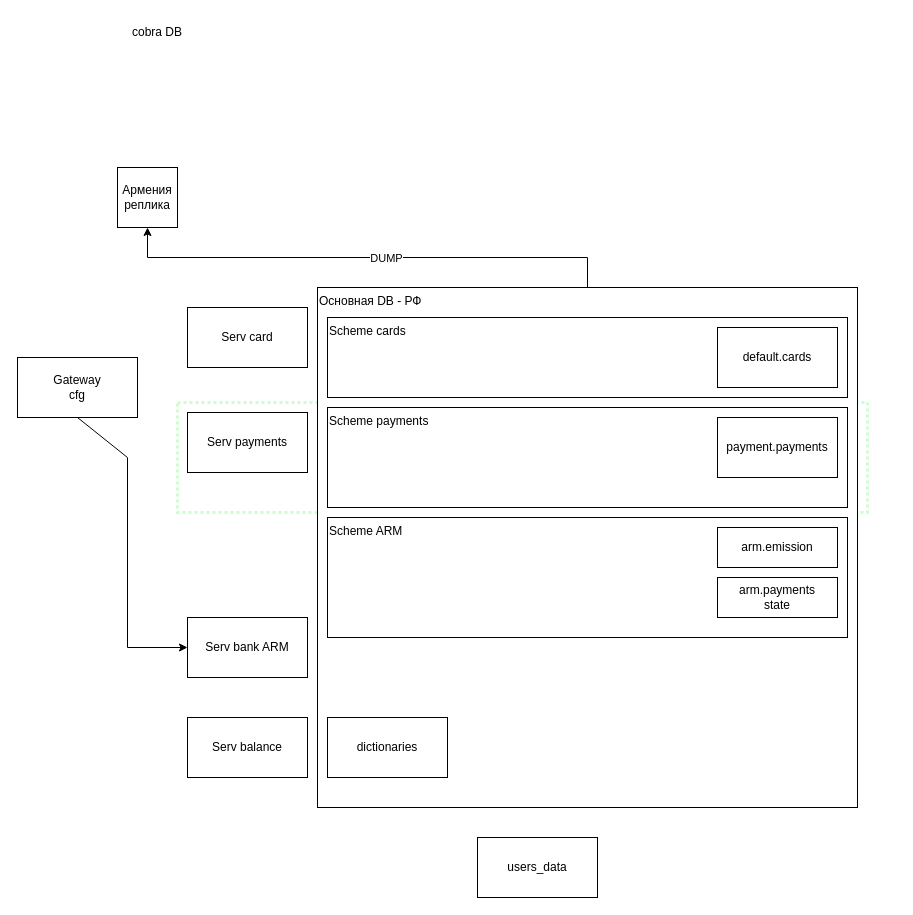
ink-ru/arch keeps this draw.io diagram as Untitled Diagram.drawio. Above is the earlier version. Source tidied: cells renumbered, new cells numbered last; positions are measured from the earlier drawing's top-left corner, leaving out a move shared by most shapes. Both pictures are drawn from the tidied source at 100%, with x=0, y=0 at pixel (17, 17).
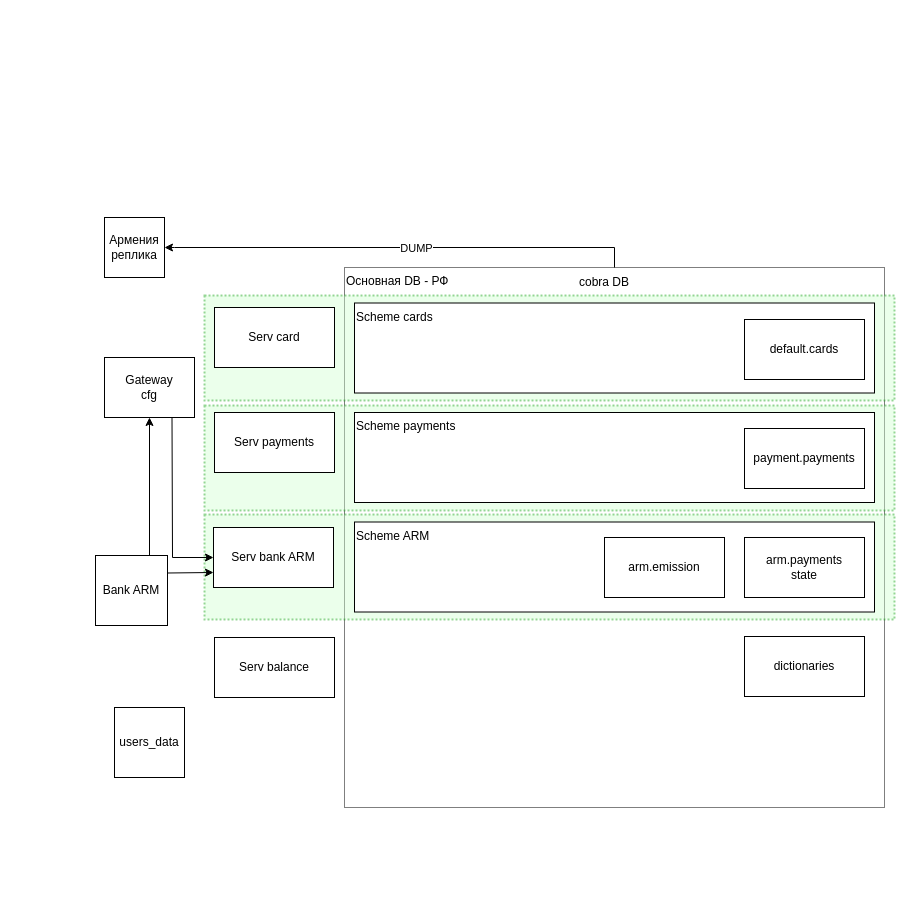
Above is the later version.

Diff of the diagram source:
```diff
@@
+    <mxCell id="5" value="Основная DB - РФ" style="rounded=0;whiteSpace=wrap;html=1;align=left;verticalAlign=top;opacity=50;" parent="1" vertex="1">
+      <mxGeometry x="327" y="250" width="540" height="540" as="geometry" />
+    </mxCell>
+    <mxCell id="23" style="rounded=0;whiteSpace=wrap;html=1;fillColor=#CCFFCC;strokeColor=#009900;opacity=40;strokeWidth=2;dashed=1;dashPattern=1 1;" parent="1" vertex="1">
+      <mxGeometry x="187" y="497" width="690" height="105" as="geometry" />
+    </mxCell>
-    <mxCell id="2" style="rounded=0;whiteSpace=wrap;html=1;fillColor=none;strokeColor=#99FF99;opacity=50;strokeWidth=3;dashed=1;dashPattern=1 1;" parent="1" vertex="1">
-      <mxGeometry x="160" y="385" width="690" height="110" as="geometry" />
+    <mxCell id="2" style="rounded=0;whiteSpace=wrap;html=1;fillColor=#CCFFCC;strokeColor=#009900;opacity=40;strokeWidth=2;dashed=1;dashPattern=1 1;" parent="1" vertex="1">
+      <mxGeometry x="187" y="388" width="690" height="105" as="geometry" />
     </mxCell>
+    <mxCell id="24" style="rounded=0;whiteSpace=wrap;html=1;fillColor=#CCFFCC;strokeColor=#009900;opacity=40;strokeWidth=2;dashed=1;dashPattern=1 1;" parent="1" vertex="1">
+      <mxGeometry x="187" y="278" width="690" height="105" as="geometry" />
+    </mxCell>
     <mxCell id="3" value="Армения&lt;br&gt;реплика" style="whiteSpace=wrap;html=1;" parent="1" vertex="1">
-      <mxGeometry x="100" y="150" width="60" height="60" as="geometry" />
+      <mxGeometry x="87" y="200" width="60" height="60" as="geometry" />
     </mxCell>
     <mxCell id="4" value="cobra DB" style="text;html=1;align=center;verticalAlign=middle;whiteSpace=wrap;rounded=0;" parent="1" vertex="1">
-      <mxGeometry x="100" width="80" height="30" as="geometry" />
+      <mxGeometry x="547" y="250" width="80" height="30" as="geometry" />
     </mxCell>
-    <mxCell id="5" value="Основная DB - РФ" style="rounded=0;whiteSpace=wrap;html=1;align=left;verticalAlign=top;" parent="1" vertex="1">
-      <mxGeometry x="300" y="270" width="540" height="520" as="geometry" />
-    </mxCell>
-    <mxCell id="6" style="endArrow=classic;html=1;rounded=0;entryX=0.5;entryY=1;entryDx=0;entryDy=0;exitX=0.5;exitY=0;exitDx=0;exitDy=0;" parent="1" edge="1" source="5" target="3">
+    <mxCell id="6" style="endArrow=classic;html=1;rounded=0;entryX=1;entryY=0.5;entryDx=0;entryDy=0;exitX=0.5;exitY=0;exitDx=0;exitDy=0;" parent="1" edge="1" source="5" target="3">
       <mxGeometry relative="1" as="geometry">
         <Array as="points">
-          <mxPoint x="570" y="240" />
-          <mxPoint x="130" y="240" />
+          <mxPoint x="597" y="230" />
+          <mxPoint x="157" y="230" />
         </Array>
       </mxGeometry>
     </mxCell>
@@
     <mxCell id="8" value="Scheme ARM" style="rounded=0;whiteSpace=wrap;html=1;align=left;verticalAlign=top;" parent="1" vertex="1">
-      <mxGeometry x="310" y="500" width="520" height="120" as="geometry" />
+      <mxGeometry x="337" y="504.5" width="520" height="90" as="geometry" />
     </mxCell>
     <mxCell id="9" value="arm.emission" style="rounded=0;whiteSpace=wrap;html=1;" parent="1" vertex="1">
-      <mxGeometry x="700" y="510" width="120" height="40" as="geometry" />
+      <mxGeometry x="587" y="520" width="120" height="60" as="geometry" />
     </mxCell>
     <mxCell id="10" value="Serv bank ARM" style="rounded=0;whiteSpace=wrap;html=1;" parent="1" vertex="1">
-      <mxGeometry x="170" y="600" width="120" height="60" as="geometry" />
+      <mxGeometry x="196" y="510" width="120" height="60" as="geometry" />
     </mxCell>
     <mxCell id="11" value="Serv card" style="rounded=0;whiteSpace=wrap;html=1;" parent="1" vertex="1">
-      <mxGeometry x="170" y="290" width="120" height="60" as="geometry" />
+      <mxGeometry x="197" y="290" width="120" height="60" as="geometry" />
     </mxCell>
     <mxCell id="12" value="arm.payments&lt;br&gt;state" style="rounded=0;whiteSpace=wrap;html=1;" parent="1" vertex="1">
-      <mxGeometry x="700" y="560" width="120" height="40" as="geometry" />
+      <mxGeometry x="727" y="520" width="120" height="60" as="geometry" />
     </mxCell>
     <mxCell id="13" value="Serv payments" style="rounded=0;whiteSpace=wrap;html=1;" parent="1" vertex="1">
-      <mxGeometry x="170" y="395" width="120" height="60" as="geometry" />
+      <mxGeometry x="197" y="395" width="120" height="60" as="geometry" />
     </mxCell>
     <mxCell id="14" value="Scheme payments" style="rounded=0;whiteSpace=wrap;html=1;horizontal=1;verticalAlign=top;align=left;" parent="1" vertex="1">
-      <mxGeometry x="310" y="390" width="520" height="100" as="geometry" />
+      <mxGeometry x="337" y="395" width="520" height="90" as="geometry" />
     </mxCell>
     <mxCell id="15" value="payment.payments" style="rounded=0;whiteSpace=wrap;html=1;" parent="1" vertex="1">
-      <mxGeometry x="700" y="400" width="120" height="60" as="geometry" />
+      <mxGeometry x="727" y="411" width="120" height="60" as="geometry" />
     </mxCell>
     <mxCell id="16" value="Gateway&lt;br&gt;cfg" style="rounded=0;whiteSpace=wrap;html=1;" parent="1" vertex="1">
-      <mxGeometry y="340" width="120" height="60" as="geometry" />
+      <mxGeometry x="87" y="340" width="90" height="60" as="geometry" />
     </mxCell>
-    <mxCell id="17" style="endArrow=classic;html=1;rounded=0;exitX=0.5;exitY=1;exitDx=0;exitDy=0;entryX=0;entryY=0.5;entryDx=0;entryDy=0;" parent="1" edge="1" source="16" target="10">
+    <mxCell id="17" style="endArrow=classic;html=1;rounded=0;exitX=0.75;exitY=1;exitDx=0;exitDy=0;entryX=0;entryY=0.5;entryDx=0;entryDy=0;" parent="1" edge="1" source="16" target="10">
       <mxGeometry relative="1" as="geometry">
         <Array as="points">
-          <mxPoint x="110" y="440" />
-          <mxPoint x="110" y="630" />
+          <mxPoint x="155" y="540" />
         </Array>
       </mxGeometry>
     </mxCell>
     <mxCell id="18" value="Scheme cards" style="rounded=0;whiteSpace=wrap;html=1;verticalAlign=top;align=left;" parent="1" vertex="1">
-      <mxGeometry x="310" y="300" width="520" height="80" as="geometry" />
+      <mxGeometry x="337" y="285.5" width="520" height="90" as="geometry" />
     </mxCell>
     <mxCell id="19" value="default.cards" style="rounded=0;whiteSpace=wrap;html=1;" parent="1" vertex="1">
-      <mxGeometry x="700" y="310" width="120" height="60" as="geometry" />
+      <mxGeometry x="727" y="302" width="120" height="60" as="geometry" />
     </mxCell>
     <mxCell id="20" value="dictionaries" style="rounded=0;whiteSpace=wrap;html=1;" parent="1" vertex="1">
-      <mxGeometry x="310" y="700" width="120" height="60" as="geometry" />
+      <mxGeometry x="727" y="619" width="120" height="60" as="geometry" />
     </mxCell>
     <mxCell id="21" value="users_data" style="rounded=0;whiteSpace=wrap;html=1;" parent="1" vertex="1">
-      <mxGeometry x="460" y="820" width="120" height="60" as="geometry" />
+      <mxGeometry x="97" y="690" width="70" height="70" as="geometry" />
     </mxCell>
     <mxCell id="22" value="Serv balance" style="rounded=0;whiteSpace=wrap;html=1;" parent="1" vertex="1">
-      <mxGeometry x="170" y="700" width="120" height="60" as="geometry" />
+      <mxGeometry x="197" y="620" width="120" height="60" as="geometry" />
     </mxCell>
+    <mxCell id="25" value="Bank ARM" style="rounded=0;whiteSpace=wrap;html=1;" parent="1" vertex="1">
+      <mxGeometry x="78" y="538" width="72" height="70" as="geometry" />
+    </mxCell>
+    <mxCell id="26" style="endArrow=classic;html=1;rounded=0;entryX=0;entryY=0.75;entryDx=0;entryDy=0;exitX=1;exitY=0.25;exitDx=0;exitDy=0;" parent="1" edge="1" source="25" target="10">
+      <mxGeometry relative="1" as="geometry" />
+    </mxCell>
+    <mxCell id="27" style="endArrow=classic;html=1;rounded=0;entryX=0.5;entryY=1;entryDx=0;entryDy=0;exitX=0.75;exitY=0;exitDx=0;exitDy=0;" parent="1" edge="1" source="25" target="16">
+      <mxGeometry relative="1" as="geometry" />
+    </mxCell>
```
